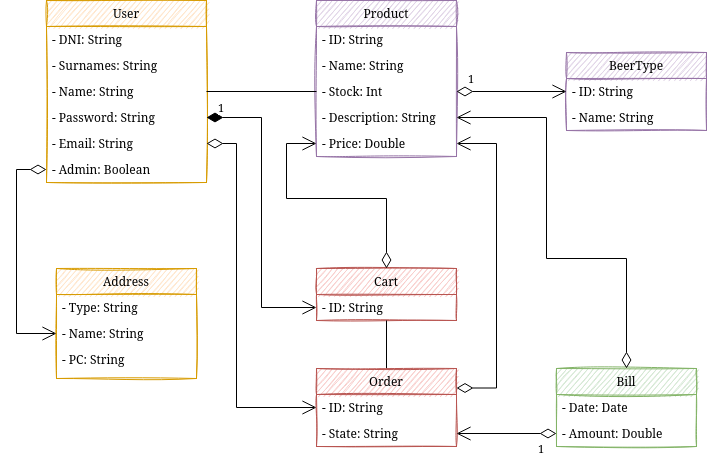
Earlier version of the draw.io export _documentacion/DiagramaClases.png (JosueGarciaAsensi/DSS). Source tidied: cells renumbered, new cells last; positions are measured from the earlier drawing's top-left corner, leaving out a move shared by most shapes.
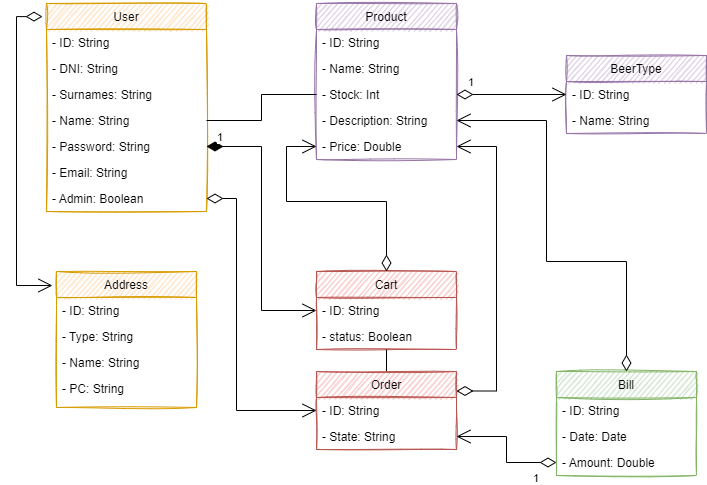
Later version of the same file.

Diff of the diagram source:
```diff
@@ -3,37 +3,43 @@
     <mxCell id="0" />
     <mxCell id="1" parent="0" />
     <mxCell id="2" value="User" style="swimlane;fontStyle=0;align=center;verticalAlign=top;horizontal=1;startSize=26;rounded=0;shadow=0;strokeWidth=1;fillColor=#ffe6cc;strokeColor=#d79b00;sketch=1;" parent="1" vertex="1">
-      <mxGeometry x="30" width="160" height="182" as="geometry" />
+      <mxGeometry x="30" width="160" height="208" as="geometry" />
     </mxCell>
+    <mxCell id="40" value="- ID: String" style="text;strokeColor=none;fillColor=none;align=left;verticalAlign=top;spacingLeft=4;spacingRight=4;overflow=hidden;" parent="2" vertex="1">
+      <mxGeometry y="26" width="160" height="26" as="geometry" />
+    </mxCell>
     <mxCell id="3" value="- DNI: String" style="text;align=left;verticalAlign=top;spacingLeft=4;spacingRight=4;overflow=hidden;" parent="2" vertex="1">
-      <mxGeometry y="26" width="160" height="26" as="geometry" />
+      <mxGeometry y="52" width="160" height="26" as="geometry" />
     </mxCell>
     <mxCell id="4" value="- Surnames: String" style="text;align=left;verticalAlign=top;spacingLeft=4;spacingRight=4;overflow=hidden;rounded=0;shadow=0;html=0;" parent="2" vertex="1">
-      <mxGeometry y="52" width="160" height="26" as="geometry" />
+      <mxGeometry y="78" width="160" height="26" as="geometry" />
     </mxCell>
     <mxCell id="5" value="- Name: String" style="text;align=left;verticalAlign=top;spacingLeft=4;spacingRight=4;overflow=hidden;points=[[0,0.5],[1,0.5]];portConstraint=eastwest;rounded=0;shadow=0;html=0;" parent="2" vertex="1">
-      <mxGeometry y="78" width="160" height="26" as="geometry" />
+      <mxGeometry y="104" width="160" height="26" as="geometry" />
     </mxCell>
     <mxCell id="6" value="- Password: String" style="text;align=left;verticalAlign=top;spacingLeft=4;spacingRight=4;overflow=hidden;points=[[0,0.5],[1,0.5]];portConstraint=eastwest;rounded=0;shadow=0;html=0;" parent="2" vertex="1">
-      <mxGeometry y="104" width="160" height="26" as="geometry" />
+      <mxGeometry y="130" width="160" height="26" as="geometry" />
     </mxCell>
     <mxCell id="7" value="- Email: String" style="text;align=left;verticalAlign=top;spacingLeft=4;spacingRight=4;overflow=hidden;points=[[0,0.5],[1,0.5]];portConstraint=eastwest;rounded=0;shadow=0;html=0;" parent="2" vertex="1">
-      <mxGeometry y="130" width="160" height="26" as="geometry" />
+      <mxGeometry y="156" width="160" height="26" as="geometry" />
     </mxCell>
     <mxCell id="8" value="- Admin: Boolean" style="text;align=left;verticalAlign=top;spacingLeft=4;spacingRight=4;overflow=hidden;points=[[0,0.5],[1,0.5]];portConstraint=eastwest;rounded=0;shadow=0;html=0;" parent="2" vertex="1">
-      <mxGeometry y="156" width="160" height="26" as="geometry" />
+      <mxGeometry y="182" width="160" height="26" as="geometry" />
     </mxCell>
     <mxCell id="9" value="Address" style="swimlane;fontStyle=0;horizontal=1;startSize=26;fillColor=#ffe6cc;strokeColor=#d79b00;sketch=1;" parent="1" vertex="1">
-      <mxGeometry x="40" y="268" width="140" height="110" as="geometry" />
+      <mxGeometry x="40" y="268" width="140" height="136" as="geometry" />
     </mxCell>
+    <mxCell id="41" value="- ID: String" style="text;strokeColor=none;fillColor=none;align=left;verticalAlign=top;spacingLeft=4;spacingRight=4;overflow=hidden;" parent="9" vertex="1">
+      <mxGeometry y="26" width="140" height="26" as="geometry" />
+    </mxCell>
     <mxCell id="10" value="- Type: String" style="text;strokeColor=none;fillColor=none;align=left;verticalAlign=top;spacingLeft=4;spacingRight=4;overflow=hidden;" parent="9" vertex="1">
-      <mxGeometry y="26" width="140" height="26" as="geometry" />
+      <mxGeometry y="52" width="140" height="26" as="geometry" />
     </mxCell>
     <mxCell id="11" value="- Name: String" style="text;strokeColor=none;fillColor=none;align=left;verticalAlign=top;spacingLeft=4;spacingRight=4;overflow=hidden;points=[[0,0.5],[1,0.5]];portConstraint=eastwest;" parent="9" vertex="1">
-      <mxGeometry y="52" width="140" height="26" as="geometry" />
+      <mxGeometry y="78" width="140" height="26" as="geometry" />
     </mxCell>
     <mxCell id="12" value="- PC: String" style="text;strokeColor=none;fillColor=none;align=left;verticalAlign=top;spacingLeft=4;spacingRight=4;overflow=hidden;" parent="9" vertex="1">
-      <mxGeometry y="78" width="140" height="32" as="geometry" />
+      <mxGeometry y="104" width="140" height="32" as="geometry" />
     </mxCell>
     <mxCell id="13" value="Product" style="swimlane;fontStyle=0;horizontal=1;startSize=26;fillColor=#e1d5e7;strokeColor=#9673a6;sketch=1;" parent="1" vertex="1">
       <mxGeometry x="300" width="140" height="156" as="geometry" />
@@ -63,11 +69,14 @@
       <mxGeometry y="52" width="140" height="26" as="geometry" />
     </mxCell>
     <mxCell id="22" value="Cart" style="swimlane;fontStyle=0;horizontal=1;startSize=26;fillColor=#f8cecc;strokeColor=#b85450;sketch=1;" parent="1" vertex="1">
-      <mxGeometry x="300" y="268" width="140" height="52" as="geometry" />
+      <mxGeometry x="300" y="268" width="140" height="78" as="geometry" />
     </mxCell>
     <mxCell id="23" value="- ID: String" style="text;strokeColor=none;fillColor=none;align=left;verticalAlign=top;spacingLeft=4;spacingRight=4;overflow=hidden;points=[[0,0.5],[1,0.5]];portConstraint=eastwest;" parent="22" vertex="1">
       <mxGeometry y="26" width="140" height="26" as="geometry" />
     </mxCell>
+    <mxCell id="42" value="- status: Boolean" style="text;strokeColor=none;fillColor=none;align=left;verticalAlign=top;spacingLeft=4;spacingRight=4;overflow=hidden;" parent="22" vertex="1">
+      <mxGeometry y="52" width="140" height="26" as="geometry" />
+    </mxCell>
     <mxCell id="24" style="edgeStyle=orthogonalEdgeStyle;rounded=0;jettySize=auto;html=1;exitX=0.5;exitY=0;exitDx=0;exitDy=0;endArrow=none;endFill=0;" parent="1" edge="1" source="25" target="22">
       <mxGeometry relative="1" as="geometry" />
     </mxCell>
@@ -81,13 +90,16 @@
       <mxGeometry y="52" width="140" height="26" as="geometry" />
     </mxCell>
     <mxCell id="28" value="Bill" style="swimlane;fontStyle=0;horizontal=1;startSize=26;fillColor=#d5e8d4;strokeColor=#82b366;sketch=1;" parent="1" vertex="1">
-      <mxGeometry x="540" y="368" width="140" height="78" as="geometry" />
+      <mxGeometry x="540" y="368" width="140" height="104" as="geometry" />
     </mxCell>
+    <mxCell id="43" value="- ID: String" style="text;strokeColor=none;fillColor=none;align=left;verticalAlign=top;spacingLeft=4;spacingRight=4;overflow=hidden;" parent="28" vertex="1">
+      <mxGeometry y="26" width="140" height="26" as="geometry" />
+    </mxCell>
     <mxCell id="29" value="- Date: Date" style="text;strokeColor=none;fillColor=none;align=left;verticalAlign=top;spacingLeft=4;spacingRight=4;overflow=hidden;" parent="28" vertex="1">
-      <mxGeometry y="26" width="140" height="26" as="geometry" />
+      <mxGeometry y="52" width="140" height="26" as="geometry" />
     </mxCell>
     <mxCell id="30" value="- Amount: Double" style="text;strokeColor=none;fillColor=none;align=left;verticalAlign=top;spacingLeft=4;spacingRight=4;overflow=hidden;points=[[0,0.5],[1,0.5]];portConstraint=eastwest;" parent="28" vertex="1">
-      <mxGeometry y="52" width="140" height="26" as="geometry" />
+      <mxGeometry y="78" width="140" height="26" as="geometry" />
     </mxCell>
     <mxCell id="31" style="edgeStyle=orthogonalEdgeStyle;rounded=0;jettySize=auto;html=1;exitX=1;exitY=0.5;exitDx=0;exitDy=0;entryX=0;entryY=0.5;entryDx=0;entryDy=0;endArrow=none;endFill=0;" parent="1" edge="1" source="5" target="16">
       <mxGeometry relative="1" as="geometry" />
@@ -110,19 +122,19 @@
     <mxCell id="35" value="1" style="endArrow=open;html=1;endSize=12;startArrow=diamondThin;startSize=14;startFill=0;edgeStyle=orthogonalEdgeStyle;align=left;verticalAlign=bottom;rounded=0;exitX=1;exitY=0.5;exitDx=0;exitDy=0;entryX=0;entryY=0.5;entryDx=0;entryDy=0;" parent="1" edge="1" source="16" target="20">
       <mxGeometry x="-0.82" y="3" relative="1" as="geometry" />
     </mxCell>
-    <mxCell id="36" style="endArrow=open;html=1;endSize=12;startArrow=diamondThin;startSize=14;startFill=0;edgeStyle=orthogonalEdgeStyle;align=left;verticalAlign=bottom;rounded=0;exitX=1;exitY=0.5;exitDx=0;exitDy=0;entryX=0;entryY=0.5;entryDx=0;entryDy=0;" parent="1" edge="1" source="7" target="26">
+    <mxCell id="36" style="endArrow=open;html=1;endSize=12;startArrow=diamondThin;startSize=14;startFill=0;edgeStyle=orthogonalEdgeStyle;align=left;verticalAlign=bottom;rounded=0;exitX=1;exitY=0.5;exitDx=0;exitDy=0;entryX=0;entryY=0.5;entryDx=0;entryDy=0;" parent="1" edge="1" source="8" target="26">
       <mxGeometry x="-0.71" y="-20" relative="1" as="geometry">
         <Array as="points">
-          <mxPoint x="220" y="143" />
+          <mxPoint x="220" y="195" />
           <mxPoint x="220" y="407" />
         </Array>
       </mxGeometry>
     </mxCell>
-    <mxCell id="37" style="endArrow=open;html=1;endSize=12;startArrow=diamondThin;startSize=14;startFill=0;edgeStyle=orthogonalEdgeStyle;align=left;verticalAlign=bottom;rounded=0;exitX=0;exitY=0.5;exitDx=0;exitDy=0;entryX=0;entryY=0.5;entryDx=0;entryDy=0;" parent="1" edge="1" source="8" target="11">
+    <mxCell id="37" style="endArrow=open;html=1;endSize=12;startArrow=diamondThin;startSize=14;startFill=0;edgeStyle=orthogonalEdgeStyle;align=left;verticalAlign=bottom;rounded=0;exitX=-0.025;exitY=0.063;exitDx=0;exitDy=0;entryX=-0.029;entryY=0.103;entryDx=0;entryDy=0;entryPerimeter=0;exitPerimeter=0;" parent="1" edge="1" source="2" target="9">
       <mxGeometry x="-0.74" y="-10" relative="1" as="geometry">
         <Array as="points">
-          <mxPoint y="169" />
-          <mxPoint y="333" />
+          <mxPoint y="13" />
+          <mxPoint y="282" />
         </Array>
       </mxGeometry>
     </mxCell>
```
